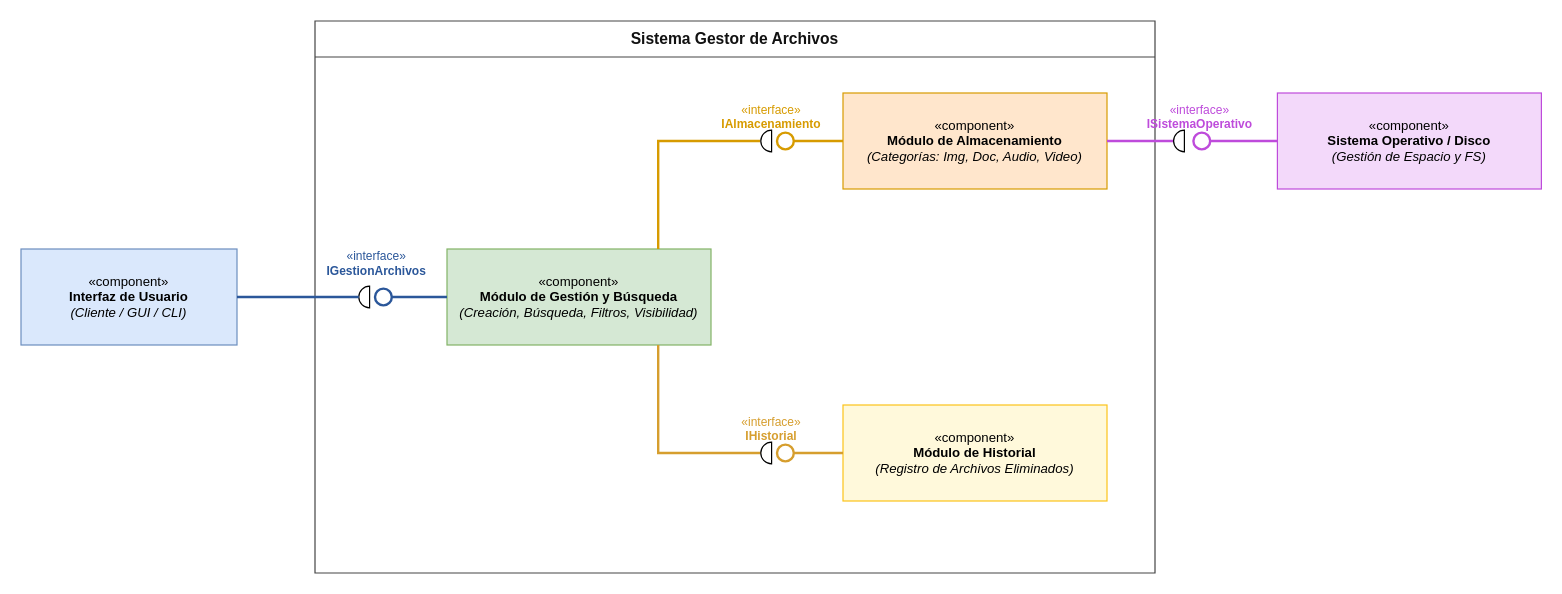
Axldev1991/metodologia-de-sistemas-2 keeps this draw.io diagram as docs/TP-1/01-Diagrama-de-Componentes/01_componentes.drawio. Above is the earlier version. Source tidied: cells renumbered, new cells numbered last; positions are measured from the earlier drawing's top-left corner, leaving out a move shared by most shapes. Both pictures are drawn from the tidied source at 120%, with x=0, y=0 at pixel (20, 20).
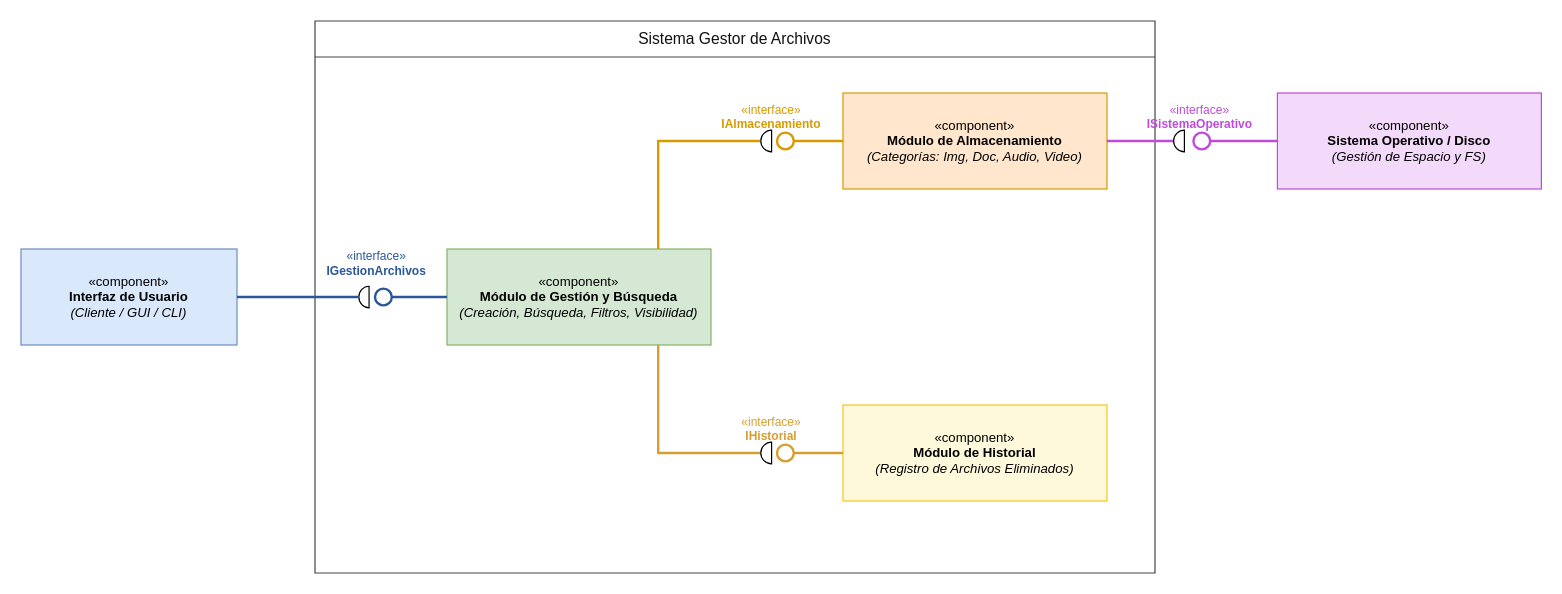
Above is the later version.

Commit message:
actualizo diagrama de componentes

The edit, as a diff of the source:
```diff
@@
-    <mxCell id="2" value="Sistema Gestor de Archivos" style="shape=swimlane;whiteSpace=wrap;html=1;startSize=30;fillColor=#ffffff;fontColor=#111111;strokeColor=#444444;fontStyle=1;fontSize=13;" parent="1" vertex="1">
+    <mxCell id="2" value="Sistema Gestor de Archivos" style="shape=swimlane;whiteSpace=wrap;html=1;startSize=30;fillColor=#ffffff;fontColor=#111111;strokeColor=#444444;fontStyle=0;fontSize=13;swimlaneLine=1;" parent="1" vertex="1">
       <mxGeometry x="245" width="700" height="460" as="geometry" />
     </mxCell>
@@
     <mxCell id="15" style="verticalLabelPosition=bottom;verticalAlign=top;html=1;shape=mxgraph.basic.half_circle;rotation=90;" parent="2" vertex="1">
-      <mxGeometry x="32" y="225.5" width="18" height="9" as="geometry" />
+      <mxGeometry x="31.8" y="225.8" width="18" height="8.5" as="geometry" />
     </mxCell>
```
